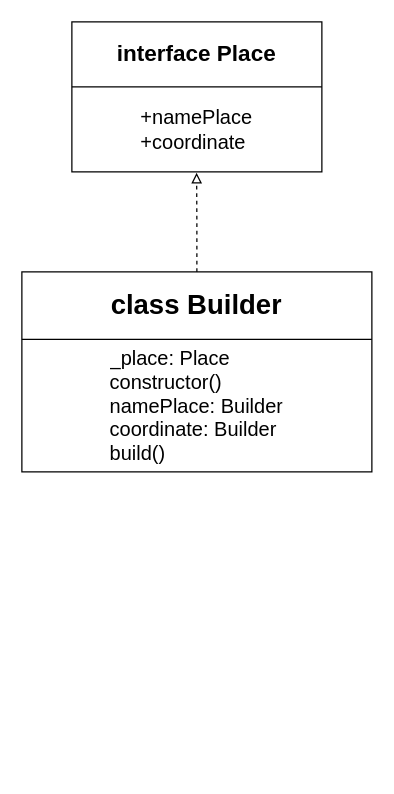
Earlier version of the draw.io diagram page "Builder" (3 of 5) of Creational/diagrams/diagram.drawio (kruzhambus/patterns-ts). Source tidied: cells renumbered, new cells numbered last; positions are measured from the earlier drawing's top-left corner, leaving out a move shared by most shapes. Both pictures are drawn from the tidied source at 125%, with x=0, y=0 at pixel (21, 21).
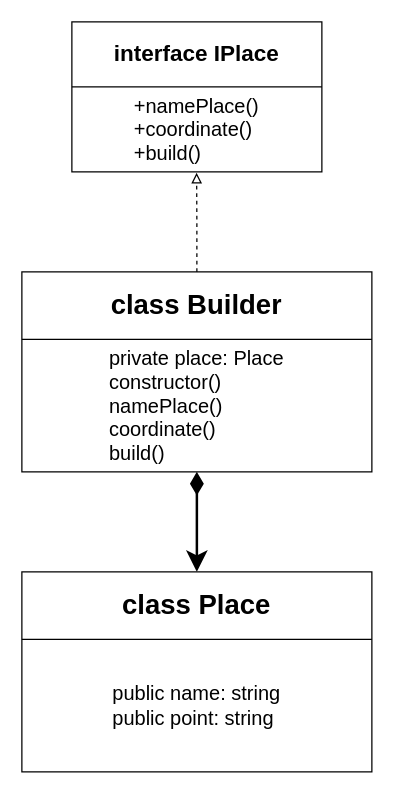
The same page after the edit.

The edit, as a diff of the source:
```diff
@@
 <mxGraphModel>
   <root>
     <mxCell id="0" />
     <mxCell id="1" parent="0" />
     <mxCell id="2" style="edgeStyle=orthogonalEdgeStyle;rounded=0;jettySize=auto;html=1;dashed=1;fontSize=16;fontColor=#000000;endArrow=block;endFill=0;entryX=0.499;entryY=1.011;entryDx=0;entryDy=0;entryPerimeter=0;exitX=0.5;exitY=0.001;exitDx=0;exitDy=0;exitPerimeter=0;" parent="1" edge="1" source="9" target="6">
       <mxGeometry relative="1" as="geometry" />
     </mxCell>
     <mxCell id="3" style="shape=table;startSize=0;childLayout=tableLayout;rounded=0;shadow=0;glass=0;sketch=0;fontFamily=Helvetica;fontSize=14;" parent="1" vertex="1">
       <mxGeometry x="40" width="200" height="120" as="geometry" />
     </mxCell>
     <mxCell id="4" style="shape=partialRectangle;fillColor=none;top=0;left=0;bottom=0;right=0;rounded=0;shadow=0;glass=0;sketch=0;fontFamily=Helvetica;fontSize=14;" parent="3" vertex="1">
       <mxGeometry width="200" height="52" as="geometry" />
     </mxCell>
-    <mxCell id="5" value="&lt;b&gt;&lt;font style=&quot;font-size: 18px&quot;&gt;interface Place&lt;/font&gt;&lt;/b&gt;" style="shape=partialRectangle;html=1;whiteSpace=wrap;overflow=hidden;fillColor=none;top=0;left=0;bottom=0;right=0;rounded=0;shadow=0;glass=0;sketch=0;fontFamily=Helvetica;fontSize=14;" parent="4" vertex="1">
+    <mxCell id="5" value="&lt;b&gt;&lt;font style=&quot;font-size: 18px&quot;&gt;interface IPlace&lt;/font&gt;&lt;/b&gt;" style="shape=partialRectangle;html=1;whiteSpace=wrap;overflow=hidden;fillColor=none;top=0;left=0;bottom=0;right=0;rounded=0;shadow=0;glass=0;sketch=0;fontFamily=Helvetica;fontSize=14;" parent="4" vertex="1">
       <mxGeometry width="200" height="52" as="geometry" />
     </mxCell>
     <mxCell id="6" style="shape=partialRectangle;fillColor=none;top=0;left=0;bottom=0;right=0;points=[[0,0.5],[1,0.5]];portConstraint=eastwest;rounded=0;shadow=0;glass=0;sketch=0;fontFamily=Helvetica;fontSize=14;" parent="3" vertex="1">
       <mxGeometry y="52" width="200" height="68" as="geometry" />
     </mxCell>
-    <mxCell id="7" value="&lt;div style=&quot;font-size: 16px ; text-align: left&quot;&gt;&lt;span&gt;+namePlace&lt;/span&gt;&lt;br&gt;&lt;/div&gt;&lt;div style=&quot;font-size: 16px ; text-align: left&quot;&gt;+coordinate&lt;/div&gt;" style="shape=partialRectangle;html=1;whiteSpace=wrap;overflow=hidden;fillColor=none;top=0;left=0;bottom=0;right=0;rounded=0;shadow=0;glass=0;sketch=0;fontFamily=Helvetica;fontSize=14;" parent="6" vertex="1">
+    <mxCell id="7" value="&lt;div style=&quot;font-size: 16px ; text-align: left&quot;&gt;&lt;span&gt;+namePlace()&lt;/span&gt;&lt;br&gt;&lt;/div&gt;&lt;div style=&quot;font-size: 16px ; text-align: left&quot;&gt;+coordinate()&lt;/div&gt;&lt;div style=&quot;font-size: 16px ; text-align: left&quot;&gt;+build()&lt;/div&gt;" style="shape=partialRectangle;html=1;whiteSpace=wrap;overflow=hidden;fillColor=none;top=0;left=0;bottom=0;right=0;rounded=0;shadow=0;glass=0;sketch=0;fontFamily=Helvetica;fontSize=14;" parent="6" vertex="1">
       <mxGeometry width="200" height="68" as="geometry" />
     </mxCell>
+    <mxCell id="13" style="edgeStyle=orthogonalEdgeStyle;rounded=0;jettySize=auto;html=1;fontSize=19;startArrow=diamondThin;startFill=1;startSize=13;endSize=11;targetPerimeterSpacing=0;strokeWidth=2;" parent="1" edge="1" source="8" target="14">
+      <mxGeometry relative="1" as="geometry" />
+    </mxCell>
     <mxCell id="8" style="shape=table;startSize=0;childLayout=tableLayout;rounded=0;shadow=0;glass=0;sketch=0;fontFamily=Helvetica;fontSize=18;" parent="1" vertex="1">
       <mxGeometry y="200" width="280" height="160" as="geometry" />
     </mxCell>
     <mxCell id="9" style="shape=partialRectangle;fillColor=none;top=0;left=0;bottom=0;right=0;points=[[0,0.5],[1,0.5]];portConstraint=eastwest;rounded=0;shadow=0;glass=0;sketch=0;fontFamily=Helvetica;fontSize=18;" parent="8" vertex="1">
       <mxGeometry width="280" height="54" as="geometry" />
     </mxCell>
     <mxCell id="10" value="&lt;span style=&quot;font-size: 22px&quot;&gt;&lt;b&gt;class Builder&lt;/b&gt;&lt;/span&gt;" style="shape=partialRectangle;html=1;whiteSpace=wrap;overflow=hidden;fillColor=none;top=0;left=0;bottom=0;right=0;rounded=0;shadow=0;glass=0;sketch=0;fontFamily=Helvetica;fontSize=18;" parent="9" vertex="1">
       <mxGeometry width="280" height="54" as="geometry" />
     </mxCell>
     <mxCell id="11" style="shape=partialRectangle;fillColor=none;top=0;left=0;bottom=0;right=0;rounded=0;shadow=0;glass=0;sketch=0;fontFamily=Helvetica;fontSize=18;" parent="8" vertex="1">
       <mxGeometry y="54" width="280" height="106" as="geometry" />
     </mxCell>
-    <mxCell id="12" value="&lt;div style=&quot;font-size: 16px ; text-align: left&quot;&gt;_place: Place&lt;/div&gt;&lt;div style=&quot;font-size: 16px ; text-align: left&quot;&gt;constructor()&lt;/div&gt;&lt;div style=&quot;font-size: 16px ; text-align: left&quot;&gt;namePlace: Builder&lt;/div&gt;&lt;div style=&quot;font-size: 16px ; text-align: left&quot;&gt;coordinate: Builder&lt;/div&gt;&lt;div style=&quot;font-size: 16px ; text-align: left&quot;&gt;build()&lt;/div&gt;" style="shape=partialRectangle;html=1;whiteSpace=wrap;overflow=hidden;fillColor=none;top=0;left=0;bottom=0;right=0;rounded=0;shadow=0;glass=0;sketch=0;fontFamily=Helvetica;fontSize=18;" parent="11" vertex="1">
+    <mxCell id="12" value="&lt;div style=&quot;font-size: 16px ; text-align: left&quot;&gt;private place: Place&lt;/div&gt;&lt;div style=&quot;font-size: 16px ; text-align: left&quot;&gt;constructor()&lt;/div&gt;&lt;div style=&quot;font-size: 16px ; text-align: left&quot;&gt;namePlace()&lt;/div&gt;&lt;div style=&quot;font-size: 16px ; text-align: left&quot;&gt;coordinate()&lt;/div&gt;&lt;div style=&quot;font-size: 16px ; text-align: left&quot;&gt;build()&lt;/div&gt;" style="shape=partialRectangle;html=1;whiteSpace=wrap;overflow=hidden;fillColor=none;top=0;left=0;bottom=0;right=0;rounded=0;shadow=0;glass=0;sketch=0;fontFamily=Helvetica;fontSize=18;" parent="11" vertex="1">
       <mxGeometry width="280" height="106" as="geometry" />
     </mxCell>
+    <mxCell id="14" style="shape=table;startSize=0;childLayout=tableLayout;rounded=0;shadow=0;glass=0;sketch=0;fontFamily=Helvetica;fontSize=18;" parent="1" vertex="1">
+      <mxGeometry y="440" width="280" height="160" as="geometry" />
+    </mxCell>
+    <mxCell id="15" style="shape=partialRectangle;fillColor=none;top=0;left=0;bottom=0;right=0;rounded=0;shadow=0;glass=0;sketch=0;fontFamily=Helvetica;fontSize=18;" parent="14" vertex="1">
+      <mxGeometry width="280" height="54" as="geometry" />
+    </mxCell>
+    <mxCell id="16" value="&lt;span style=&quot;font-size: 22px&quot;&gt;&lt;b&gt;class Place&lt;/b&gt;&lt;/span&gt;" style="shape=partialRectangle;html=1;whiteSpace=wrap;overflow=hidden;fillColor=none;top=0;left=0;bottom=0;right=0;rounded=0;shadow=0;glass=0;sketch=0;fontFamily=Helvetica;fontSize=18;" parent="15" vertex="1">
+      <mxGeometry width="280" height="54" as="geometry" />
+    </mxCell>
+    <mxCell id="17" style="shape=partialRectangle;fillColor=none;top=0;left=0;bottom=0;right=0;rounded=0;shadow=0;glass=0;sketch=0;fontFamily=Helvetica;fontSize=18;" parent="14" vertex="1">
+      <mxGeometry y="54" width="280" height="106" as="geometry" />
+    </mxCell>
+    <mxCell id="18" value="&lt;div style=&quot;font-size: 16px ; text-align: left&quot;&gt;public name: string&lt;/div&gt;&lt;div style=&quot;font-size: 16px ; text-align: left&quot;&gt;public point: string&lt;/div&gt;" style="shape=partialRectangle;html=1;whiteSpace=wrap;overflow=hidden;fillColor=none;top=0;left=0;bottom=0;right=0;rounded=0;shadow=0;glass=0;sketch=0;fontFamily=Helvetica;fontSize=18;" parent="17" vertex="1">
+      <mxGeometry width="280" height="106" as="geometry" />
+    </mxCell>
   </root>
 </mxGraphModel>
```
